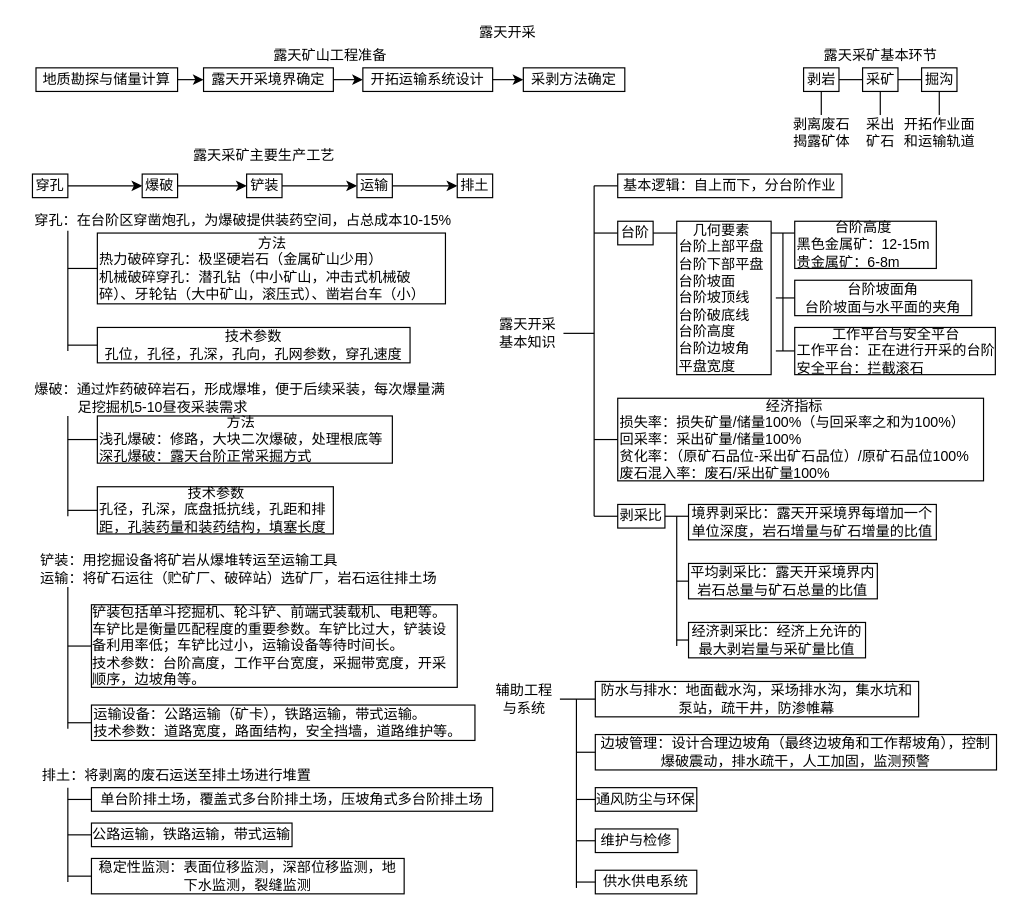
XS0612/daviddraw-drawio-diagrams keeps this draw.io diagram as page "第 1 页" (1 of 2) of 未命名绘图.drawio. Above is the earlier version. Source tidied: cells renumbered, new cells numbered last; positions are measured from the earlier drawing's top-left corner, leaving out a move shared by most shapes. Both pictures are drawn from the tidied source at 118%, with x=0, y=0 at pixel (20, 20).
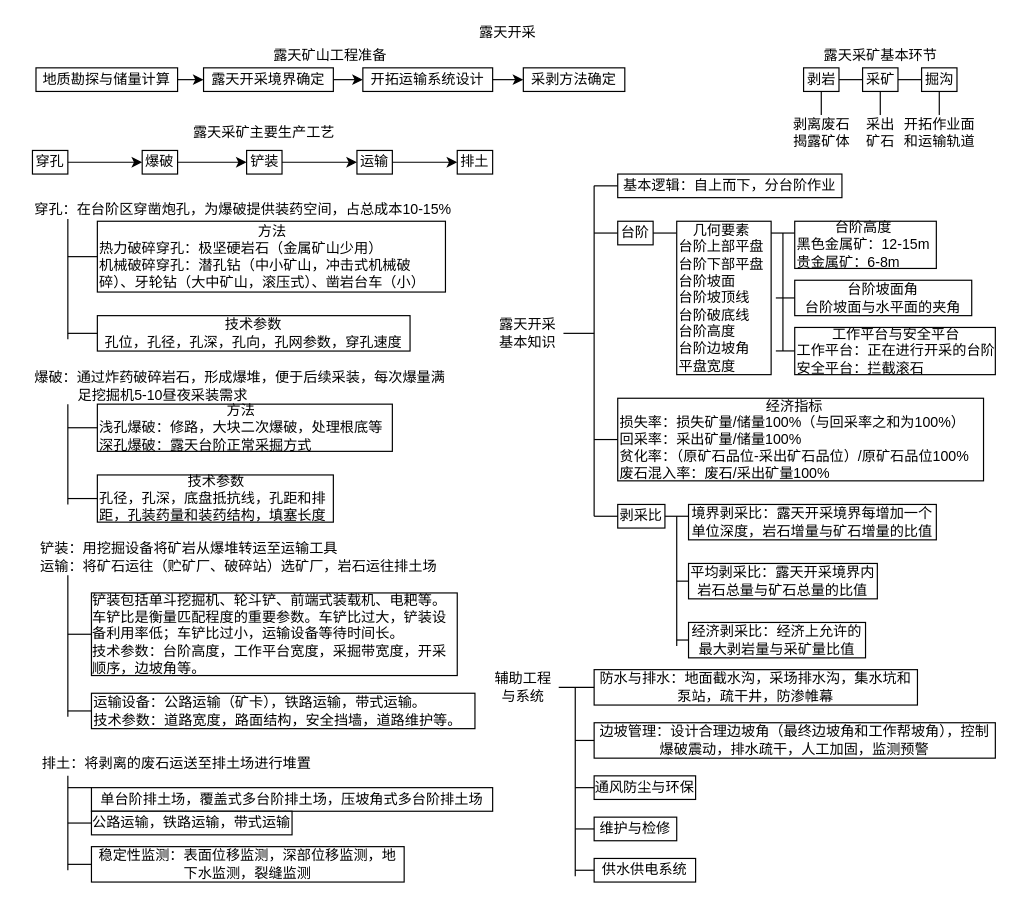
Above is the later version.

Commit message:
更新未命名绘图.drawio

The change refers to these unchanged cells:
```xml
<mxCell id="71" value="单台阶排土场，覆盖式多台阶排土场，压坡角式多台阶排土场" style="whiteSpace=wrap;html=1;align=center;" parent="1" vertex="1">
  <mxGeometry x="60" y="650" width="340" height="20" as="geometry" />
</mxCell>
```

The edit, as a diff of the source:
```diff
@@
     <mxCell id="7" value="穿孔" style="rounded=0;whiteSpace=wrap;html=1;" parent="1" vertex="1">
-      <mxGeometry x="10" y="130" width="30" height="20" as="geometry" />
+      <mxGeometry x="10" y="110" width="30" height="20" as="geometry" />
     </mxCell>
@@
     <mxCell id="9" value="爆破" style="rounded=0;whiteSpace=wrap;html=1;" parent="1" vertex="1">
-      <mxGeometry x="103" y="130" width="30" height="20" as="geometry" />
+      <mxGeometry x="103" y="110" width="30" height="20" as="geometry" />
     </mxCell>
@@
     <mxCell id="11" value="铲装" style="rounded=0;whiteSpace=wrap;html=1;" parent="1" vertex="1">
-      <mxGeometry x="191.5" y="130" width="30" height="20" as="geometry" />
+      <mxGeometry x="191.5" y="110" width="30" height="20" as="geometry" />
     </mxCell>
@@
     <mxCell id="13" value="运输" style="rounded=0;whiteSpace=wrap;html=1;" parent="1" vertex="1">
-      <mxGeometry x="285" y="130" width="30" height="20" as="geometry" />
+      <mxGeometry x="285" y="110" width="30" height="20" as="geometry" />
     </mxCell>
     <mxCell id="14" value="排土" style="rounded=0;whiteSpace=wrap;html=1;" parent="1" vertex="1">
-      <mxGeometry x="370" y="130" width="30" height="20" as="geometry" />
+      <mxGeometry x="370" y="110" width="30" height="20" as="geometry" />
     </mxCell>
     <mxCell id="15" value="露天采矿主要生产工艺" style="text;html=1;whiteSpace=wrap;strokeColor=none;fillColor=none;align=center;verticalAlign=middle;rounded=0;" parent="1" vertex="1">
-      <mxGeometry x="13" y="100" width="387" height="30" as="geometry" />
+      <mxGeometry x="13" y="80" width="387" height="30" as="geometry" />
     </mxCell>
@@
     <mxCell id="52" value="&lt;div style=&quot;text-align: center;&quot;&gt;方法&lt;/div&gt;&lt;div&gt;热力破碎穿孔：极坚硬岩石（金属矿山少用）&lt;/div&gt;&lt;div&gt;机械破碎穿孔：潜孔钻（中小矿山，冲击式机械破碎）、牙轮钻（大中矿山，滚压式）、凿岩台车（小）&lt;/div&gt;" style="rounded=0;whiteSpace=wrap;html=1;align=left;" parent="1" vertex="1">
-      <mxGeometry x="65" y="180" width="295" height="60" as="geometry" />
+      <mxGeometry x="65" y="170" width="295" height="60" as="geometry" />
     </mxCell>
     <mxCell id="53" value="技术参数&lt;div&gt;孔位，孔径，孔深，孔向，孔网参数，穿孔速度&lt;/div&gt;" style="rounded=0;whiteSpace=wrap;html=1;" parent="1" vertex="1">
-      <mxGeometry x="65" y="260" width="265" height="30" as="geometry" />
+      <mxGeometry x="65" y="250" width="265" height="30" as="geometry" />
     </mxCell>
     <mxCell id="54" style="endArrow=none;html=1;rounded=0;exitX=1;exitY=0.5;exitDx=0;exitDy=0;" parent="1" edge="1">
       <mxGeometry relative="1" as="geometry">
-        <mxPoint x="40" y="210" as="sourcePoint" />
-        <mxPoint x="65" y="210" as="targetPoint" />
+        <mxPoint x="40" y="200" as="sourcePoint" />
+        <mxPoint x="65" y="200" as="targetPoint" />
       </mxGeometry>
     </mxCell>
     <mxCell id="55" style="endArrow=none;html=1;rounded=0;entryX=0;entryY=0.5;entryDx=0;entryDy=0;" parent="1" edge="1" target="53">
       <mxGeometry relative="1" as="geometry">
-        <mxPoint x="40" y="275" as="sourcePoint" />
+        <mxPoint x="40" y="265" as="sourcePoint" />
       </mxGeometry>
     </mxCell>
     <mxCell id="56" style="endArrow=none;html=1;rounded=0;" parent="1" edge="1">
       <mxGeometry relative="1" as="geometry">
-        <mxPoint x="40" y="280" as="sourcePoint" />
-        <mxPoint x="40" y="178" as="targetPoint" />
+        <mxPoint x="40" y="270" as="sourcePoint" />
+        <mxPoint x="40" y="168" as="targetPoint" />
       </mxGeometry>
     </mxCell>
     <mxCell id="57" value="&lt;div style=&quot;text-align: center;&quot;&gt;方法&lt;/div&gt;&lt;div&gt;浅孔爆破：修路，大块二次爆破，处理根底等&lt;/div&gt;&lt;div&gt;深孔爆破：露天台阶正常采掘方式&lt;/div&gt;" style="rounded=0;whiteSpace=wrap;html=1;align=left;" parent="1" vertex="1">
-      <mxGeometry x="65" y="335" width="250" height="40" as="geometry" />
+      <mxGeometry x="65" y="325" width="250" height="40" as="geometry" />
     </mxCell>
     <mxCell id="58" value="&lt;div style=&quot;text-align: center;&quot;&gt;技术参数&lt;/div&gt;&lt;div&gt;孔径，孔深，底盘抵抗线，孔距和排距，孔装药量和装药结构，填塞长度&lt;/div&gt;" style="rounded=0;whiteSpace=wrap;html=1;align=left;" parent="1" vertex="1">
-      <mxGeometry x="65" y="395" width="200" height="40" as="geometry" />
+      <mxGeometry x="65" y="385" width="200" height="40" as="geometry" />
     </mxCell>
     <mxCell id="59" style="endArrow=none;html=1;rounded=0;exitX=1;exitY=0.5;exitDx=0;exitDy=0;" parent="1" edge="1">
       <mxGeometry relative="1" as="geometry">
-        <mxPoint x="40" y="355" as="sourcePoint" />
-        <mxPoint x="65" y="355" as="targetPoint" />
+        <mxPoint x="40" y="345" as="sourcePoint" />
+        <mxPoint x="65" y="345" as="targetPoint" />
       </mxGeometry>
     </mxCell>
     <mxCell id="60" style="endArrow=none;html=1;rounded=0;entryX=0;entryY=0.5;entryDx=0;entryDy=0;" parent="1" edge="1" target="58">
       <mxGeometry relative="1" as="geometry">
-        <mxPoint x="40" y="415" as="sourcePoint" />
+        <mxPoint x="40" y="405" as="sourcePoint" />
       </mxGeometry>
     </mxCell>
     <mxCell id="61" style="endArrow=none;html=1;rounded=0;" parent="1" edge="1">
       <mxGeometry relative="1" as="geometry">
-        <mxPoint x="40" y="420" as="sourcePoint" />
-        <mxPoint x="40" y="335" as="targetPoint" />
+        <mxPoint x="40" y="410" as="sourcePoint" />
+        <mxPoint x="40" y="325" as="targetPoint" />
       </mxGeometry>
     </mxCell>
     <mxCell id="62" value="穿孔：在台阶区穿凿炮孔，为爆破提供装药空间，占总成本10-15%" style="text;html=1;whiteSpace=wrap;strokeColor=none;fillColor=none;align=left;verticalAlign=middle;rounded=0;" parent="1" vertex="1">
-      <mxGeometry x="10" y="160" width="360" height="20" as="geometry" />
+      <mxGeometry x="10" y="150" width="360" height="20" as="geometry" />
     </mxCell>
     <mxCell id="63" value="爆破：通过炸药破碎岩石，形成爆堆，便于后续采装，每次爆量满 &amp;nbsp; &amp;nbsp; &amp;nbsp; &amp;nbsp; &amp;nbsp; &amp;nbsp;足挖掘机5-10昼夜采装需求" style="text;html=1;whiteSpace=wrap;strokeColor=none;fillColor=none;align=left;verticalAlign=middle;rounded=0;" parent="1" vertex="1">
-      <mxGeometry x="10" y="305" width="350" height="30" as="geometry" />
+      <mxGeometry x="10" y="295" width="350" height="30" as="geometry" />
     </mxCell>
     <mxCell id="64" value="铲装：用挖掘设备将矿岩从爆堆转运至运输工具&lt;div&gt;运输：将矿石运往（贮矿厂、破碎站）选矿厂，岩石运往排土场&lt;/div&gt;" style="text;html=1;whiteSpace=wrap;strokeColor=none;fillColor=none;align=left;verticalAlign=middle;rounded=0;" parent="1" vertex="1">
-      <mxGeometry x="15" y="450" width="350" height="30" as="geometry" />
+      <mxGeometry x="15" y="440" width="350" height="30" as="geometry" />
     </mxCell>
     <mxCell id="65" style="endArrow=none;html=1;rounded=0;" parent="1" edge="1">
       <mxGeometry relative="1" as="geometry">
-        <mxPoint x="40" y="600" as="sourcePoint" />
-        <mxPoint x="40" y="480" as="targetPoint" />
+        <mxPoint x="40" y="590" as="sourcePoint" />
+        <mxPoint x="40" y="470" as="targetPoint" />
       </mxGeometry>
     </mxCell>
     <mxCell id="66" value="&lt;div style=&quot;text-align: left;&quot;&gt;铲装包括单斗挖掘机、轮斗铲、前端式装载机、电耙等。&lt;/div&gt;&lt;div&gt;&lt;div style=&quot;text-align: left;&quot;&gt;车铲比是衡量匹配程度的重要参数。车铲比过大，铲装设备利用率低；车铲比过小，运输设备等待时间长。&lt;/div&gt;&lt;div style=&quot;text-align: left;&quot;&gt;技术参数：台阶高度，工作平台宽度，采掘带宽度，开采顺序，边坡角等。&lt;/div&gt;&lt;/div&gt;" style="whiteSpace=wrap;html=1;" parent="1" vertex="1">
-      <mxGeometry x="60" y="495" width="310" height="70" as="geometry" />
+      <mxGeometry x="60" y="485" width="310" height="70" as="geometry" />
     </mxCell>
     <mxCell id="67" value="运输设备：公路运输（矿卡），铁路运输，带式运输。&lt;div&gt;技术参数：道路宽度，路面结构，安全挡墙，道路维护等。&lt;/div&gt;" style="whiteSpace=wrap;html=1;align=left;" parent="1" vertex="1">
-      <mxGeometry x="60" y="580" width="325" height="30" as="geometry" />
+      <mxGeometry x="60" y="570" width="325" height="30" as="geometry" />
     </mxCell>
     <mxCell id="68" style="endArrow=none;html=1;rounded=0;exitX=0;exitY=0.5;exitDx=0;exitDy=0;" parent="1" edge="1" source="66">
       <mxGeometry relative="1" as="geometry">
-        <mxPoint x="40" y="530" as="targetPoint" />
+        <mxPoint x="40" y="520" as="targetPoint" />
       </mxGeometry>
     </mxCell>
     <mxCell id="69" style="endArrow=none;html=1;rounded=0;entryX=0;entryY=0.5;entryDx=0;entryDy=0;" parent="1" edge="1" target="67">
       <mxGeometry relative="1" as="geometry">
-        <mxPoint x="40" y="595" as="sourcePoint" />
+        <mxPoint x="40" y="585" as="sourcePoint" />
       </mxGeometry>
     </mxCell>
     <mxCell id="70" value="排土：将剥离的废石运送至排土场进行堆置" style="text;html=1;whiteSpace=wrap;strokeColor=none;fillColor=none;align=center;verticalAlign=middle;rounded=0;" parent="1" vertex="1">
-      <mxGeometry x="15" y="630" width="235" height="20" as="geometry" />
+      <mxGeometry x="15" y="620" width="235" height="20" as="geometry" />
     </mxCell>
@@
     <mxCell id="72" value="公路运输，铁路运输，带式运输" style="whiteSpace=wrap;html=1;" parent="1" vertex="1">
-      <mxGeometry x="60" y="680" width="170" height="20" as="geometry" />
+      <mxGeometry x="60" y="670" width="170" height="20" as="geometry" />
     </mxCell>
     <mxCell id="73" value="稳定性监测：表面位移监测，深部位移监测，地下水监测，裂缝监测" style="whiteSpace=wrap;html=1;" parent="1" vertex="1">
-      <mxGeometry x="60" y="710" width="265" height="30" as="geometry" />
+      <mxGeometry x="60" y="700" width="265" height="30" as="geometry" />
     </mxCell>
     <mxCell id="74" style="endArrow=none;html=1;rounded=0;" parent="1" edge="1">
       <mxGeometry relative="1" as="geometry">
-        <mxPoint x="40" y="730" as="sourcePoint" />
-        <mxPoint x="40" y="650" as="targetPoint" />
+        <mxPoint x="40" y="720" as="sourcePoint" />
+        <mxPoint x="40" y="640" as="targetPoint" />
       </mxGeometry>
     </mxCell>
-    <mxCell id="75" style="endArrow=none;html=1;rounded=0;entryX=0;entryY=0.5;entryDx=0;entryDy=0;" parent="1" edge="1" target="71">
+    <mxCell id="75" style="endArrow=none;html=1;rounded=0;entryX=0;entryY=0.5;entryDx=0;entryDy=0;" parent="1" edge="1">
       <mxGeometry relative="1" as="geometry">
-        <mxPoint x="40" y="660" as="sourcePoint" />
+        <mxPoint x="40" y="650" as="sourcePoint" />
+        <mxPoint x="60" y="650" as="targetPoint" />
       </mxGeometry>
     </mxCell>
     <mxCell id="76" style="endArrow=none;html=1;rounded=0;entryX=0;entryY=0.5;entryDx=0;entryDy=0;" parent="1" edge="1" target="72">
       <mxGeometry relative="1" as="geometry">
-        <mxPoint x="40" y="690" as="sourcePoint" />
+        <mxPoint x="40" y="680" as="sourcePoint" />
       </mxGeometry>
     </mxCell>
     <mxCell id="77" style="endArrow=none;html=1;rounded=0;entryX=0;entryY=0.5;entryDx=0;entryDy=0;" parent="1" edge="1" target="73">
       <mxGeometry relative="1" as="geometry">
-        <mxPoint x="40" y="725" as="sourcePoint" />
+        <mxPoint x="40" y="715" as="sourcePoint" />
       </mxGeometry>
     </mxCell>
     <mxCell id="78" value="辅助工程与系统" style="text;html=1;whiteSpace=wrap;strokeColor=none;fillColor=none;align=center;verticalAlign=middle;rounded=0;" parent="1" vertex="1">
-      <mxGeometry x="397" y="560" width="60" height="30" as="geometry" />
+      <mxGeometry x="396" y="550" width="60" height="30" as="geometry" />
     </mxCell>
     <mxCell id="79" value="防水与排水：地面截水沟，采场排水沟，集水坑和泵站，疏干井，防渗帷幕" style="whiteSpace=wrap;html=1;" parent="1" vertex="1">
-      <mxGeometry x="487" y="560" width="274" height="30" as="geometry" />
+      <mxGeometry x="486" y="550" width="274" height="30" as="geometry" />
     </mxCell>
     <mxCell id="80" value="边坡管理：设计合理边坡角（最终边坡角和工作帮坡角），控制爆破震动，排水疏干，人工加固，监测预警" style="whiteSpace=wrap;html=1;" parent="1" vertex="1">
-      <mxGeometry x="487" y="605" width="340" height="30" as="geometry" />
+      <mxGeometry x="486" y="595" width="340" height="30" as="geometry" />
     </mxCell>
@@
     <mxCell id="82" value="通风防尘与环保" style="whiteSpace=wrap;html=1;" parent="1" vertex="1">
-      <mxGeometry x="487" y="650" width="86" height="20" as="geometry" />
+      <mxGeometry x="486" y="640" width="86" height="20" as="geometry" />
     </mxCell>
     <mxCell id="83" value="维护与检修" style="whiteSpace=wrap;html=1;" parent="1" vertex="1">
-      <mxGeometry x="487" y="685" width="70" height="20" as="geometry" />
+      <mxGeometry x="486" y="675" width="70" height="20" as="geometry" />
     </mxCell>
     <mxCell id="84" style="endArrow=none;html=1;rounded=0;" parent="1" edge="1">
       <mxGeometry relative="1" as="geometry">
-        <mxPoint x="471" y="735" as="sourcePoint" />
-        <mxPoint x="471" y="575" as="targetPoint" />
+        <mxPoint x="470" y="725" as="sourcePoint" />
+        <mxPoint x="470" y="565" as="targetPoint" />
       </mxGeometry>
     </mxCell>
     <mxCell id="85" style="endArrow=none;html=1;rounded=0;entryX=0;entryY=0.5;entryDx=0;entryDy=0;" parent="1" edge="1" target="80">
       <mxGeometry relative="1" as="geometry">
-        <mxPoint x="471" y="620" as="sourcePoint" />
+        <mxPoint x="470" y="610" as="sourcePoint" />
       </mxGeometry>
     </mxCell>
     <mxCell id="86" style="endArrow=none;html=1;rounded=0;entryX=0;entryY=0.5;entryDx=0;entryDy=0;" parent="1" edge="1" target="82">
       <mxGeometry relative="1" as="geometry">
-        <mxPoint x="471" y="660" as="sourcePoint" />
+        <mxPoint x="470" y="650" as="sourcePoint" />
       </mxGeometry>
     </mxCell>
     <mxCell id="87" style="endArrow=none;html=1;rounded=0;entryX=0;entryY=0.5;entryDx=0;entryDy=0;" parent="1" edge="1" target="83">
       <mxGeometry relative="1" as="geometry">
-        <mxPoint x="471" y="695" as="sourcePoint" />
+        <mxPoint x="470" y="685" as="sourcePoint" />
       </mxGeometry>
     </mxCell>
     <mxCell id="88" value="供水供电系统" style="whiteSpace=wrap;html=1;" parent="1" vertex="1">
-      <mxGeometry x="487" y="720" width="86" height="20" as="geometry" />
+      <mxGeometry x="486" y="710" width="86" height="20" as="geometry" />
     </mxCell>
     <mxCell id="89" style="endArrow=none;html=1;rounded=0;entryX=0;entryY=0.5;entryDx=0;entryDy=0;" parent="1" edge="1" target="88">
       <mxGeometry relative="1" as="geometry">
-        <mxPoint x="471" y="730" as="sourcePoint" />
+        <mxPoint x="470" y="720" as="sourcePoint" />
       </mxGeometry>
     </mxCell>
```
